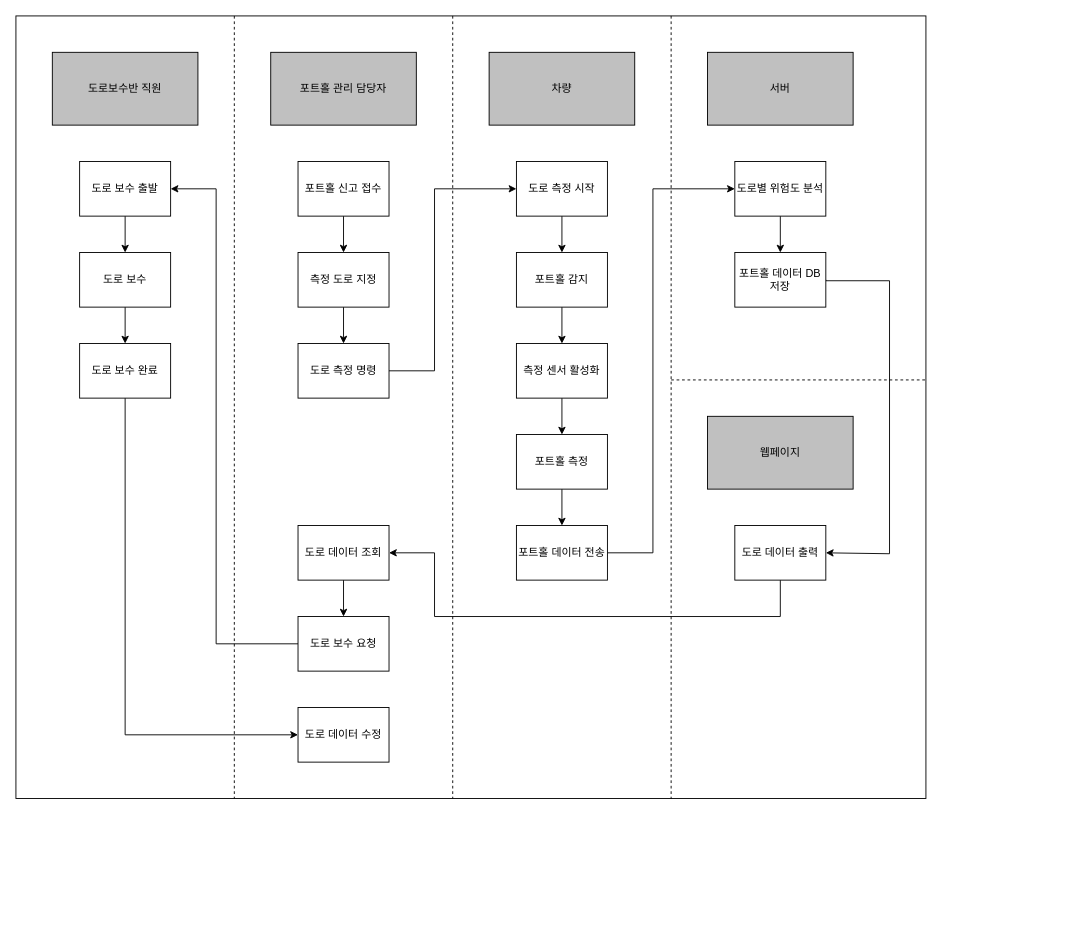
Before: 산출물/산출물 초안/업무흐름도/업무흐름도.drawio in suheyon-son/25-1-Capstone, a draw.io diagram. Source tidied: cells renumbered, new cells numbered last; positions are measured from the earlier drawing's top-left corner, leaving out a move shared by most shapes. Both pictures are drawn from the tidied source at 91%, with x=0, y=0 at pixel (15, 15).
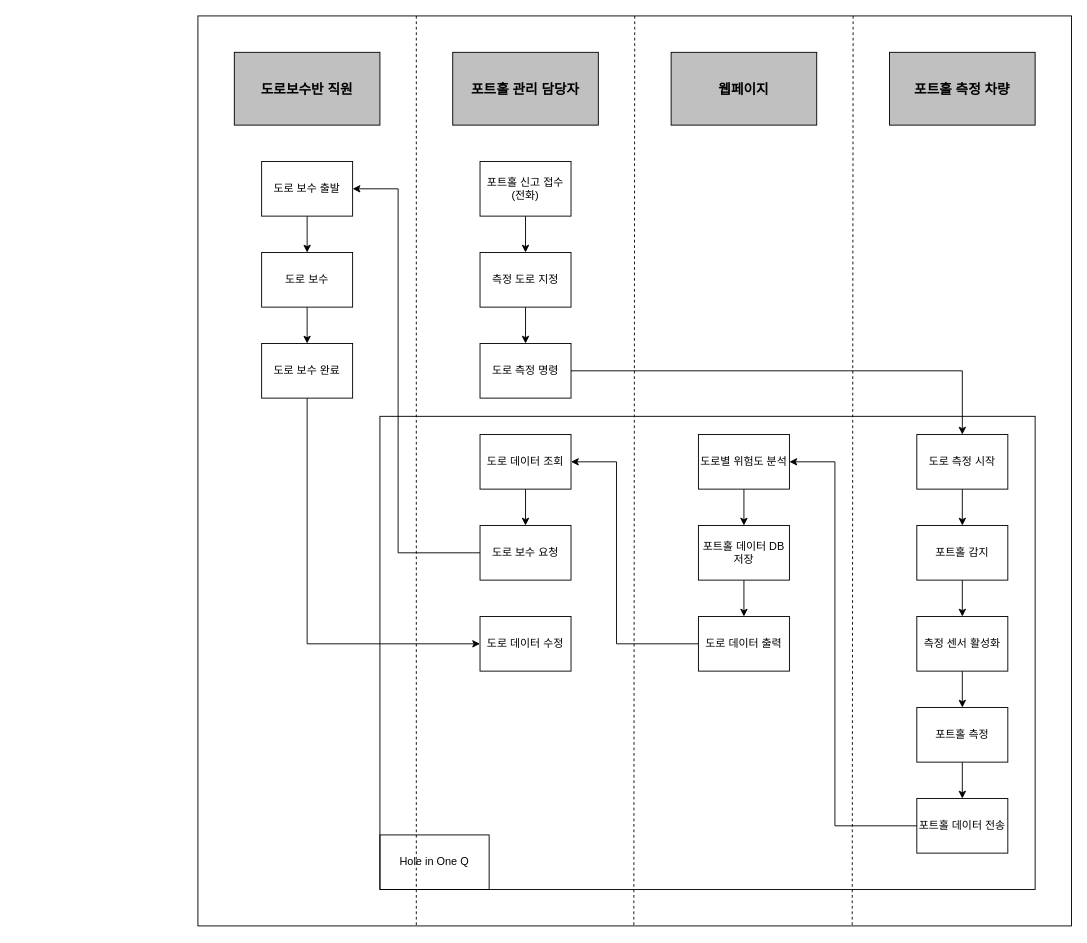
The same page after the edit.

Change to the diagram source:
```diff
@@
-    <mxCell id="2" style="rounded=0;whiteSpace=wrap;html=1;" parent="1" vertex="1">
-      <mxGeometry width="1000" height="860" as="geometry" />
-    </mxCell>
+    <mxCell id="45" style="rounded=0;whiteSpace=wrap;html=1;fontColor=default;" parent="1" vertex="1">
+      <mxGeometry x="200" width="960" height="1000" as="geometry" />
+    </mxCell>
-    <mxCell id="3" value="포트홀 관리 담당자" style="rounded=0;whiteSpace=wrap;html=1;fillColor=#C0C0C0;" parent="1" vertex="1">
-      <mxGeometry x="280" y="40" width="160" height="80" as="geometry" />
+    <mxCell id="3" value="포트홀 관리 담당자" style="rounded=0;whiteSpace=wrap;html=1;fillColor=#C0C0C0;fontSize=15;fontStyle=1;" parent="1" vertex="1">
+      <mxGeometry x="480" y="40" width="160" height="80" as="geometry" />
     </mxCell>
-    <mxCell id="4" value="도로보수반 직원" style="rounded=0;whiteSpace=wrap;html=1;fillColor=#C0C0C0;" parent="1" vertex="1">
-      <mxGeometry x="40" y="40" width="160" height="80" as="geometry" />
+    <mxCell id="4" value="도로보수반 직원" style="rounded=0;whiteSpace=wrap;html=1;fillColor=#C0C0C0;fontSize=15;fontStyle=1;" parent="1" vertex="1">
+      <mxGeometry x="240" y="40" width="160" height="80" as="geometry" />
     </mxCell>
-    <mxCell id="5" value="차량" style="rounded=0;whiteSpace=wrap;html=1;fillColor=#C0C0C0;" parent="1" vertex="1">
-      <mxGeometry x="520" y="40" width="160" height="80" as="geometry" />
+    <mxCell id="5" value="포트홀 측정 차량" style="rounded=0;whiteSpace=wrap;html=1;fillColor=#C0C0C0;fontSize=15;fontStyle=1;" parent="1" vertex="1">
+      <mxGeometry x="960" y="40" width="160" height="80" as="geometry" />
     </mxCell>
@@
-    <mxCell id="7" value="포트홀 신고 접수" style="rounded=0;whiteSpace=wrap;html=1;" parent="1" vertex="1">
-      <mxGeometry x="310" y="160" width="100" height="60" as="geometry" />
+    <mxCell id="7" value="포트홀 신고 접수&lt;br&gt;(전화)" style="rounded=0;whiteSpace=wrap;html=1;" parent="1" vertex="1">
+      <mxGeometry x="510" y="160" width="100" height="60" as="geometry" />
     </mxCell>
@@
     <mxCell id="9" value="측정 도로 지정" style="rounded=0;whiteSpace=wrap;html=1;" parent="1" vertex="1">
-      <mxGeometry x="310" y="260" width="100" height="60" as="geometry" />
+      <mxGeometry x="510" y="260" width="100" height="60" as="geometry" />
     </mxCell>
     <mxCell id="10" value="도로 측정 명령" style="rounded=0;whiteSpace=wrap;html=1;" parent="1" vertex="1">
-      <mxGeometry x="310" y="360" width="100" height="60" as="geometry" />
+      <mxGeometry x="510" y="360" width="100" height="60" as="geometry" />
     </mxCell>
@@
     <mxCell id="12" value="도로 측정 시작" style="rounded=0;whiteSpace=wrap;html=1;" parent="1" vertex="1">
-      <mxGeometry x="550" y="160" width="100" height="60" as="geometry" />
+      <mxGeometry x="990" y="460" width="100" height="60" as="geometry" />
     </mxCell>
@@
     <mxCell id="14" value="포트홀 감지" style="rounded=0;whiteSpace=wrap;html=1;" parent="1" vertex="1">
-      <mxGeometry x="550" y="260" width="100" height="60" as="geometry" />
+      <mxGeometry x="990" y="560" width="100" height="60" as="geometry" />
     </mxCell>
@@
     <mxCell id="16" value="측정 센서 활성화" style="rounded=0;whiteSpace=wrap;html=1;" parent="1" vertex="1">
-      <mxGeometry x="550" y="360" width="100" height="60" as="geometry" />
+      <mxGeometry x="990" y="660" width="100" height="60" as="geometry" />
     </mxCell>
@@
     <mxCell id="18" value="포트홀 측정" style="rounded=0;whiteSpace=wrap;html=1;" parent="1" vertex="1">
-      <mxGeometry x="550" y="460" width="100" height="60" as="geometry" />
+      <mxGeometry x="990" y="760" width="100" height="60" as="geometry" />
     </mxCell>
-    <mxCell id="19" style="edgeStyle=orthogonalEdgeStyle;rounded=0;jettySize=auto;html=1;exitX=1;exitY=0.5;exitDx=0;exitDy=0;entryX=0;entryY=0.5;entryDx=0;entryDy=0;" parent="1" edge="1" source="20" target="30">
+    <mxCell id="19" style="edgeStyle=orthogonalEdgeStyle;rounded=0;jettySize=auto;html=1;exitX=1;exitY=0.5;exitDx=0;exitDy=0;entryX=1;entryY=0.5;entryDx=0;entryDy=0;" parent="1" edge="1" source="20" target="30">
       <mxGeometry relative="1" as="geometry">
         <Array as="points">
-          <mxPoint x="700" y="590" />
-          <mxPoint x="700" y="190" />
+          <mxPoint x="900" y="890" />
+          <mxPoint x="900" y="490" />
         </Array>
       </mxGeometry>
     </mxCell>
     <mxCell id="20" value="포트홀 데이터 전송" style="rounded=0;whiteSpace=wrap;html=1;" parent="1" vertex="1">
-      <mxGeometry x="550" y="560" width="100" height="60" as="geometry" />
+      <mxGeometry x="990" y="860" width="100" height="60" as="geometry" />
     </mxCell>
-    <mxCell id="21" value="서버" style="rounded=0;whiteSpace=wrap;html=1;fillColor=#C0C0C0;" parent="1" vertex="1">
-      <mxGeometry x="760" y="40" width="160" height="80" as="geometry" />
-    </mxCell>
-    <mxCell id="22" value="웹페이지" style="rounded=0;whiteSpace=wrap;html=1;fillColor=#C0C0C0;" parent="1" vertex="1">
-      <mxGeometry x="760" y="440" width="160" height="80" as="geometry" />
+    <mxCell id="22" value="웹페이지" style="rounded=0;whiteSpace=wrap;html=1;fillColor=#C0C0C0;fontSize=15;fontStyle=1;" parent="1" vertex="1">
+      <mxGeometry x="720" y="40" width="160" height="80" as="geometry" />
     </mxCell>
@@
     <mxCell id="24" value="도로 보수 출발" style="rounded=0;whiteSpace=wrap;html=1;" parent="1" vertex="1">
-      <mxGeometry x="70" y="160" width="100" height="60" as="geometry" />
+      <mxGeometry x="270" y="160" width="100" height="60" as="geometry" />
     </mxCell>
@@
     <mxCell id="26" value="도로 보수" style="rounded=0;whiteSpace=wrap;html=1;" parent="1" vertex="1">
-      <mxGeometry x="70" y="260" width="100" height="60" as="geometry" />
+      <mxGeometry x="270" y="260" width="100" height="60" as="geometry" />
     </mxCell>
-    <mxCell id="27" style="edgeStyle=orthogonalEdgeStyle;rounded=0;jettySize=auto;html=1;exitX=1;exitY=0.5;exitDx=0;exitDy=0;entryX=1;entryY=0.5;entryDx=0;entryDy=0;" parent="1" edge="1" source="28" target="35">
-      <mxGeometry relative="1" as="geometry">
-        <Array as="points">
-          <mxPoint x="960" y="291" />
-          <mxPoint x="960" y="591" />
-        </Array>
-      </mxGeometry>
+    <mxCell id="27" style="edgeStyle=orthogonalEdgeStyle;rounded=0;jettySize=auto;html=1;exitX=0.5;exitY=1;exitDx=0;exitDy=0;entryX=0.5;entryY=0;entryDx=0;entryDy=0;" parent="1" edge="1" source="28" target="35">
+      <mxGeometry relative="1" as="geometry" />
     </mxCell>
     <mxCell id="28" value="포트홀 데이터 DB 저장" style="rounded=0;whiteSpace=wrap;html=1;" parent="1" vertex="1">
-      <mxGeometry x="790" y="260" width="100" height="60" as="geometry" />
+      <mxGeometry x="750" y="560" width="100" height="60" as="geometry" />
     </mxCell>
@@
     <mxCell id="30" value="도로별 위험도 분석" style="rounded=0;whiteSpace=wrap;html=1;" parent="1" vertex="1">
-      <mxGeometry x="790" y="160" width="100" height="60" as="geometry" />
+      <mxGeometry x="750" y="460" width="100" height="60" as="geometry" />
     </mxCell>
@@
     <mxCell id="32" value="도로 데이터 조회" style="rounded=0;whiteSpace=wrap;html=1;" parent="1" vertex="1">
-      <mxGeometry x="310" y="560" width="100" height="60" as="geometry" />
+      <mxGeometry x="510" y="460" width="100" height="60" as="geometry" />
     </mxCell>
     <mxCell id="33" value="도로 데이터 수정" style="rounded=0;whiteSpace=wrap;html=1;" parent="1" vertex="1">
-      <mxGeometry x="310" y="760" width="100" height="60" as="geometry" />
+      <mxGeometry x="510" y="660" width="100" height="60" as="geometry" />
     </mxCell>
-    <mxCell id="34" style="edgeStyle=orthogonalEdgeStyle;rounded=0;jettySize=auto;html=1;exitX=0.5;exitY=1;exitDx=0;exitDy=0;entryX=1;entryY=0.5;entryDx=0;entryDy=0;" parent="1" edge="1" source="35" target="32">
+    <mxCell id="34" style="edgeStyle=orthogonalEdgeStyle;rounded=0;jettySize=auto;html=1;exitX=0;exitY=0.5;exitDx=0;exitDy=0;entryX=1;entryY=0.5;entryDx=0;entryDy=0;" parent="1" edge="1" source="35" target="32">
       <mxGeometry relative="1" as="geometry">
         <Array as="points">
-          <mxPoint x="840" y="660" />
-          <mxPoint x="460" y="660" />
-          <mxPoint x="460" y="590" />
+          <mxPoint x="660" y="690" />
+          <mxPoint x="660" y="490" />
         </Array>
       </mxGeometry>
     </mxCell>
     <mxCell id="35" value="도로 데이터 출력" style="rounded=0;whiteSpace=wrap;html=1;" parent="1" vertex="1">
-      <mxGeometry x="790" y="560" width="100" height="60" as="geometry" />
+      <mxGeometry x="750" y="660" width="100" height="60" as="geometry" />
     </mxCell>
-    <mxCell id="36" style="endArrow=classic;html=1;rounded=0;exitX=1;exitY=0.5;exitDx=0;exitDy=0;entryX=0;entryY=0.5;entryDx=0;entryDy=0;edgeStyle=orthogonalEdgeStyle;" parent="1" edge="1" source="10" target="12">
+    <mxCell id="36" style="endArrow=classic;html=1;rounded=0;exitX=1;exitY=0.5;exitDx=0;exitDy=0;edgeStyle=orthogonalEdgeStyle;entryX=0.5;entryY=0;entryDx=0;entryDy=0;" parent="1" edge="1" source="10" target="12">
       <mxGeometry relative="1" as="geometry">
         <Array as="points">
-          <mxPoint x="460" y="390" />
-          <mxPoint x="460" y="190" />
+          <mxPoint x="1040" y="390" />
         </Array>
       </mxGeometry>
     </mxCell>
     <mxCell id="37" style="edgeStyle=orthogonalEdgeStyle;rounded=0;jettySize=auto;html=1;exitX=0;exitY=0.5;exitDx=0;exitDy=0;entryX=1;entryY=0.5;entryDx=0;entryDy=0;" parent="1" edge="1" source="38" target="24">
       <mxGeometry relative="1" as="geometry">
         <Array as="points">
-          <mxPoint x="220" y="690" />
-          <mxPoint x="220" y="190" />
+          <mxPoint x="420" y="590" />
+          <mxPoint x="420" y="190" />
         </Array>
       </mxGeometry>
     </mxCell>
     <mxCell id="38" value="도로 보수 요청" style="rounded=0;whiteSpace=wrap;html=1;" parent="1" vertex="1">
-      <mxGeometry x="310" y="660" width="100" height="60" as="geometry" />
+      <mxGeometry x="510" y="560" width="100" height="60" as="geometry" />
     </mxCell>
@@
     <mxCell id="40" value="도로 보수 완료" style="rounded=0;whiteSpace=wrap;html=1;" parent="1" vertex="1">
-      <mxGeometry x="70" y="360" width="100" height="60" as="geometry" />
+      <mxGeometry x="270" y="360" width="100" height="60" as="geometry" />
     </mxCell>
-    <mxCell id="41" style="endArrow=none;dashed=1;html=1;rounded=0;" parent="1" edge="1">
-      <mxGeometry relative="1" as="geometry">
-        <mxPoint x="240" as="sourcePoint" />
-        <mxPoint x="240" y="860" as="targetPoint" />
-      </mxGeometry>
-    </mxCell>
     <mxCell id="42" style="endArrow=none;dashed=1;html=1;rounded=0;" parent="1" edge="1">
       <mxGeometry relative="1" as="geometry">
-        <mxPoint x="480" as="sourcePoint" />
-        <mxPoint x="480" y="860" as="targetPoint" />
+        <mxPoint x="680" as="sourcePoint" />
+        <mxPoint x="679" y="1000" as="targetPoint" />
       </mxGeometry>
     </mxCell>
     <mxCell id="43" style="endArrow=none;dashed=1;html=1;rounded=0;" parent="1" edge="1">
       <mxGeometry relative="1" as="geometry">
-        <mxPoint x="720" as="sourcePoint" />
-        <mxPoint x="720" y="860" as="targetPoint" />
+        <mxPoint x="920" as="sourcePoint" />
+        <mxPoint x="919" y="1000" as="targetPoint" />
       </mxGeometry>
     </mxCell>
-    <mxCell id="44" style="endArrow=none;dashed=1;html=1;rounded=0;" parent="1" edge="1">
-      <mxGeometry relative="1" as="geometry">
-        <mxPoint x="720" y="400" as="sourcePoint" />
-        <mxPoint x="1000" y="400" as="targetPoint" />
-      </mxGeometry>
-    </mxCell>
+    <mxCell id="46" style="endArrow=none;dashed=1;html=1;rounded=0;" parent="1" edge="1">
+      <mxGeometry relative="1" as="geometry">
+        <mxPoint x="440" as="sourcePoint" />
+        <mxPoint x="440" y="1000" as="targetPoint" />
+      </mxGeometry>
+    </mxCell>
+    <mxCell id="47" value="Hole in One Q" style="rounded=0;whiteSpace=wrap;html=1;fontColor=default;fillColor=none;strokeColor=default;" parent="1" vertex="1">
+      <mxGeometry x="400" y="900" width="120" height="60" as="geometry" />
+    </mxCell>
+    <mxCell id="48" style="rounded=0;whiteSpace=wrap;html=1;fillColor=none;strokeColor=default;fontColor=default;" parent="1" vertex="1">
+      <mxGeometry x="400" y="440" width="720" height="520" as="geometry" />
+    </mxCell>
```
